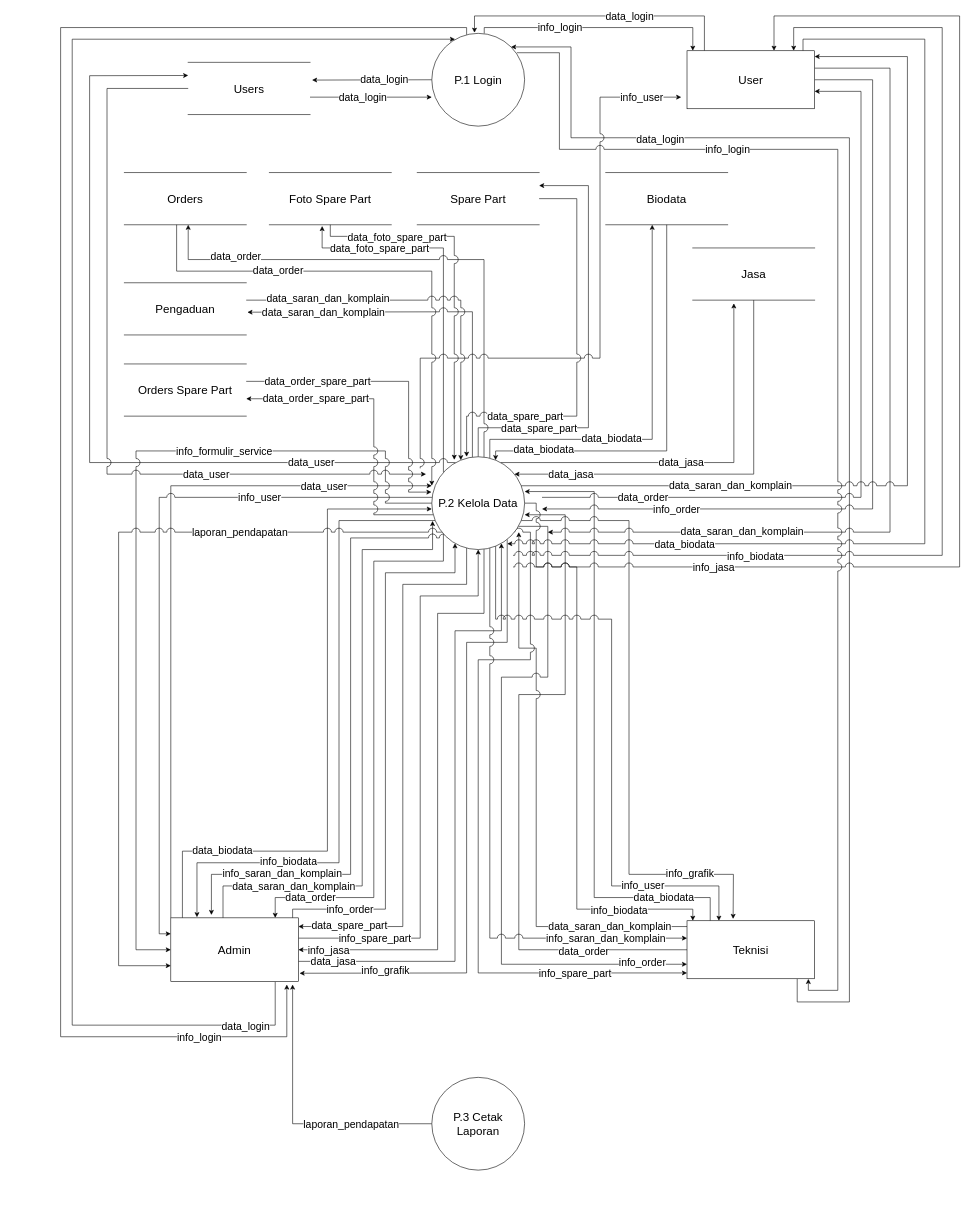
This is dfd update/Data Flow Diagram Level 0.drawio from Naveigell/ta2, a draw.io file, before an edit. Source tidied: cells renumbered, new cells numbered last; positions are measured from the earlier drawing's top-left corner, leaving out a move shared by most shapes. Both pictures are drawn from the tidied source at 58%, with x=0, y=0 at pixel (60, 16).
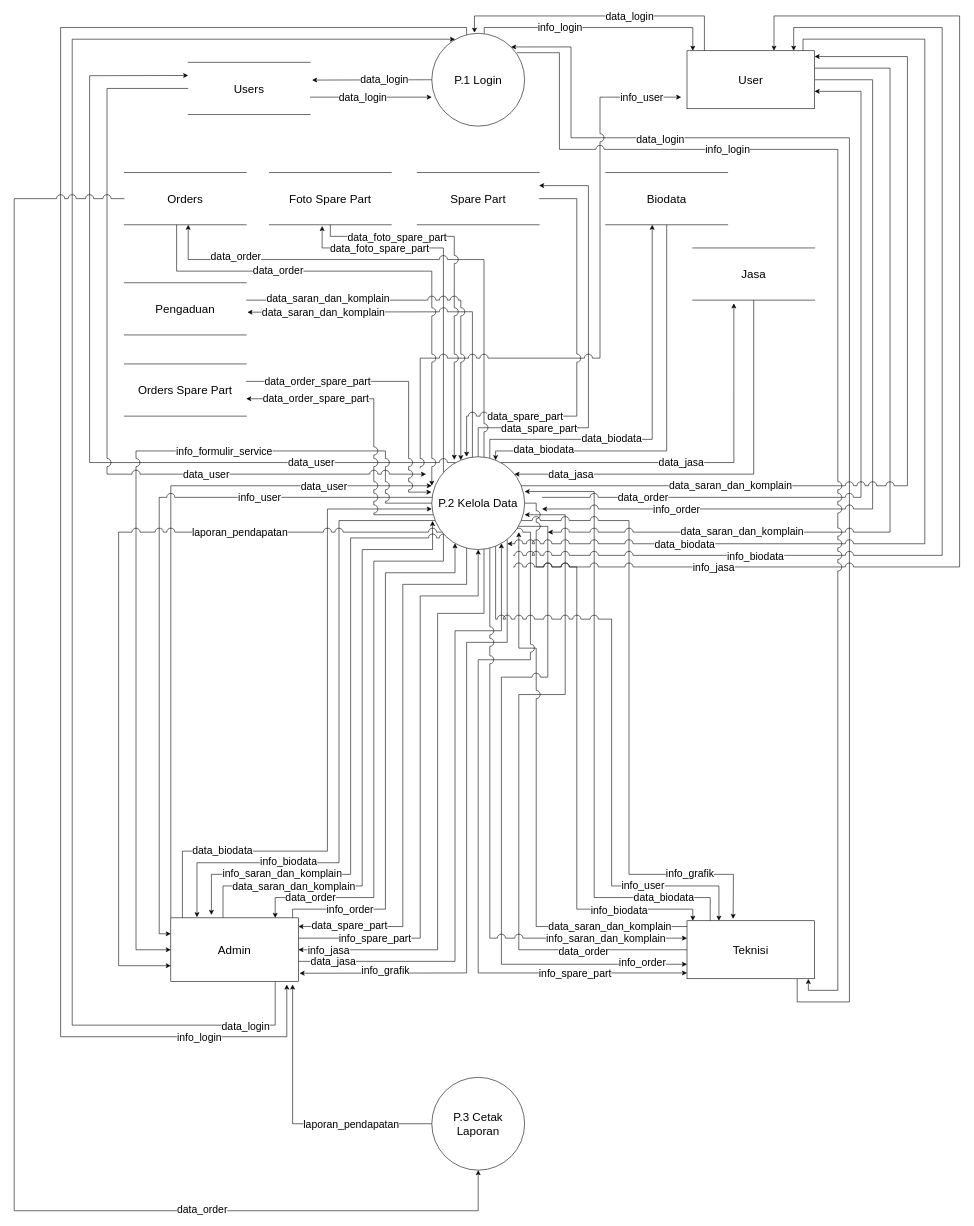
The same diagram, later.

Unchanged cells that the change refers to:
```xml
<mxCell id="30" value="P.3 Cetak Laporan" style="ellipse;whiteSpace=wrap;html=1;fontSize=20;" parent="1" vertex="1">
  <mxGeometry x="640" y="1830" width="160" height="160" as="geometry" />
</mxCell>
<mxCell id="116" value="Orders" style="shape=partialRectangle;whiteSpace=wrap;html=1;left=0;right=0;fillColor=none;fontSize=20;" parent="1" vertex="1">
  <mxGeometry x="110" y="270" width="210" height="90" as="geometry" />
</mxCell>
```

The edit, as a diff of the source:
```diff
@@
+    <mxCell id="129" style="edgeStyle=orthogonalEdgeStyle;rounded=0;jettySize=auto;html=1;jumpStyle=arc;jumpSize=14;" parent="1" edge="1" source="116" target="30">
+      <mxGeometry relative="1" as="geometry">
+        <Array as="points">
+          <mxPoint x="-80" y="315" />
+          <mxPoint x="-80" y="2060" />
+          <mxPoint x="720" y="2060" />
+        </Array>
+      </mxGeometry>
+    </mxCell>
+    <mxCell id="130" value="data_order" style="edgeLabel;html=1;align=center;verticalAlign=middle;fontSize=18;" parent="129" vertex="1">
+      <mxGeometry x="0.61" y="3" relative="1" as="geometry" />
+    </mxCell>
```
